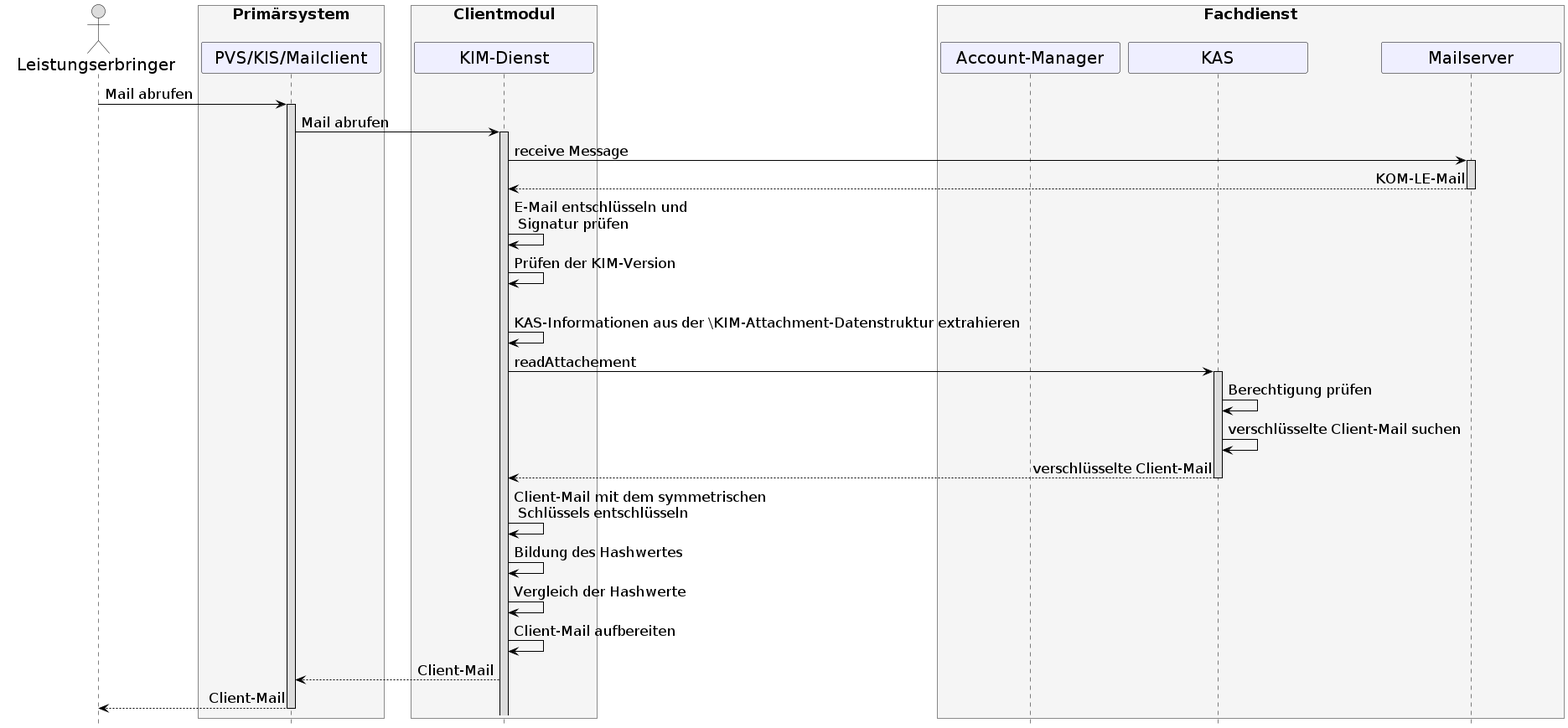
The PlantUML diagram images/diagrams/Fachdienst/Seq_kas_email_empfangen.png in gematik/api-kim, before a commit.
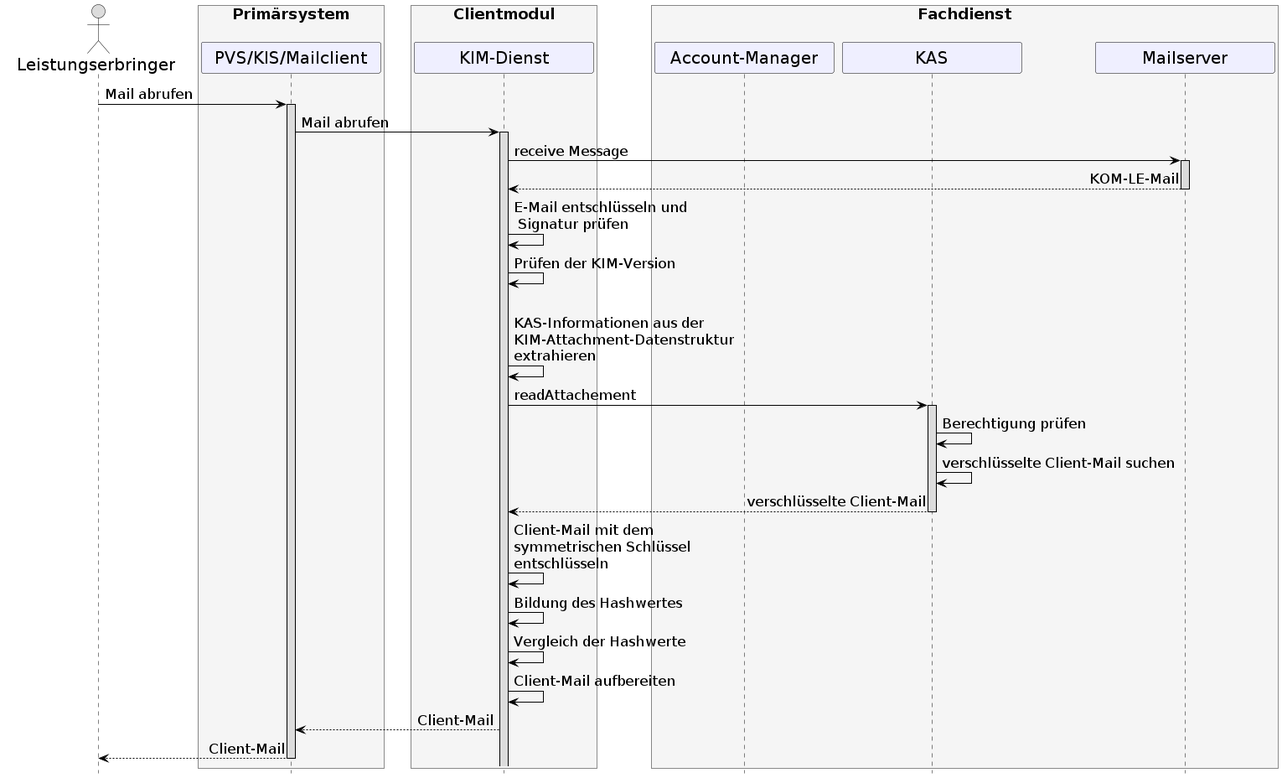
Later version of the same file.

Diff of the diagram source:
```diff
@@ -47,14 +47,14 @@
  KM->KM: E-Mail entschlüsseln und\n Signatur prüfen
  KM->KM: Prüfen der KIM-Version
  opt KIM-Attachment-Datenstruktur vorhanden
- KM->KM: KAS-Informationen aus der \KIM-Attachment-Datenstruktur extrahieren
+ KM->KM: KAS-Informationen aus der\nKIM-Attachment-Datenstruktur\nextrahieren
  KM->K: readAttachement
  activate K
  K->K: Berechtigung prüfen
  K->K: verschlüsselte Client-Mail suchen
  K-->KM: verschlüsselte Client-Mail
  deactivate K
-  KM->KM: Client-Mail mit dem symmetrischen\n Schlüssels entschlüsseln
+  KM->KM: Client-Mail mit dem\nsymmetrischen Schlüssel\nentschlüsseln
   KM->KM: Bildung des Hashwertes
   KM->KM: Vergleich der Hashwerte
   KM->KM: Client-Mail aufbereiten
```
